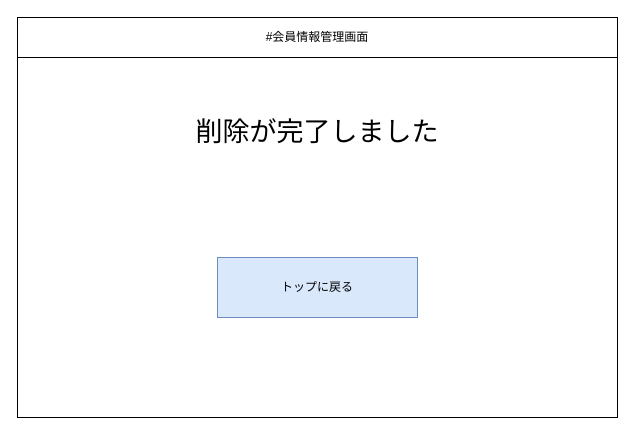
Above: レイアウト図/会員画面/会員情報変更完了画面.drawio in 2022java42-student009/ProjectJava (draw.io), before the change. Source tidied: cells renumbered, new cells numbered last; positions are measured from the earlier drawing's top-left corner, leaving out a move shared by most shapes. Both pictures are drawn from the tidied source at 100%, with x=0, y=0 at pixel (17, 17).
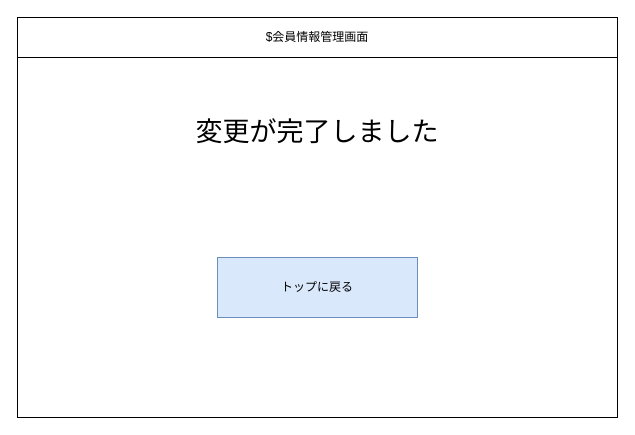
The same diagram, later.

Diff of the diagram source:
```diff
@@
 <mxGraphModel>
   <root>
     <mxCell id="0" />
     <mxCell id="1" parent="0" />
     <mxCell id="2" style="rounded=0;whiteSpace=wrap;html=1;" parent="1" vertex="1">
       <mxGeometry width="600" height="400" as="geometry" />
     </mxCell>
-    <mxCell id="3" value="#会員情報管理画面" style="rounded=0;whiteSpace=wrap;html=1;" parent="1" vertex="1">
+    <mxCell id="3" value="$会員情報管理画面" style="rounded=0;whiteSpace=wrap;html=1;" parent="1" vertex="1">
       <mxGeometry width="600" height="40" as="geometry" />
     </mxCell>
     <mxCell id="4" value="トップに戻る" style="rounded=0;whiteSpace=wrap;html=1;fillColor=#dae8fc;strokeColor=#6c8ebf;" parent="1" vertex="1">
       <mxGeometry x="200" y="240" width="200" height="60" as="geometry" />
     </mxCell>
-    <mxCell id="5" value="削除が完了しました" style="text;html=1;strokeColor=none;fillColor=none;align=center;verticalAlign=middle;whiteSpace=wrap;rounded=0;fontSize=27;" parent="1" vertex="1">
+    <mxCell id="5" value="変更が完了しました" style="text;html=1;strokeColor=none;fillColor=none;align=center;verticalAlign=middle;whiteSpace=wrap;rounded=0;fontSize=27;" parent="1" vertex="1">
       <mxGeometry x="160" y="100" width="280" height="30" as="geometry" />
     </mxCell>
   </root>
 </mxGraphModel>
```
